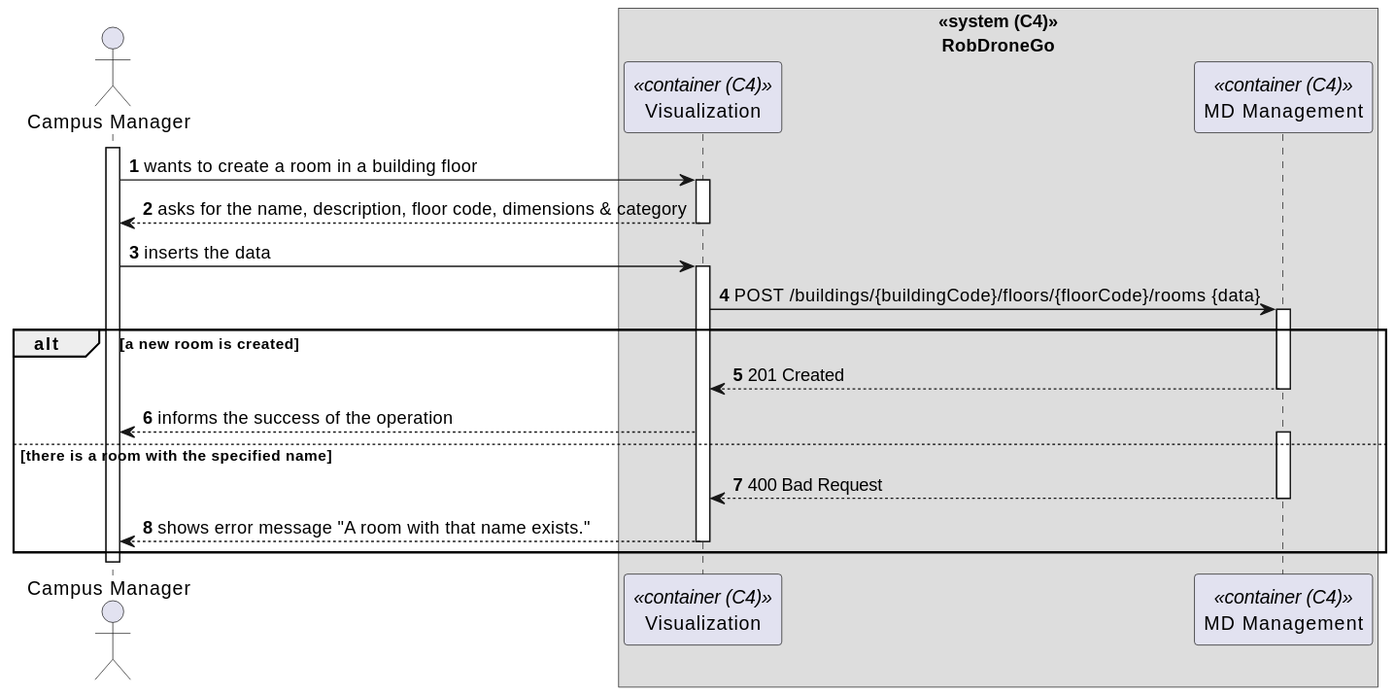
Before: _wiki/sprint-b/us48-1210/views/level-2/assets/process-view.svg, a diagram exported from PlantUML (miseEnPlace-dev/lapr5).
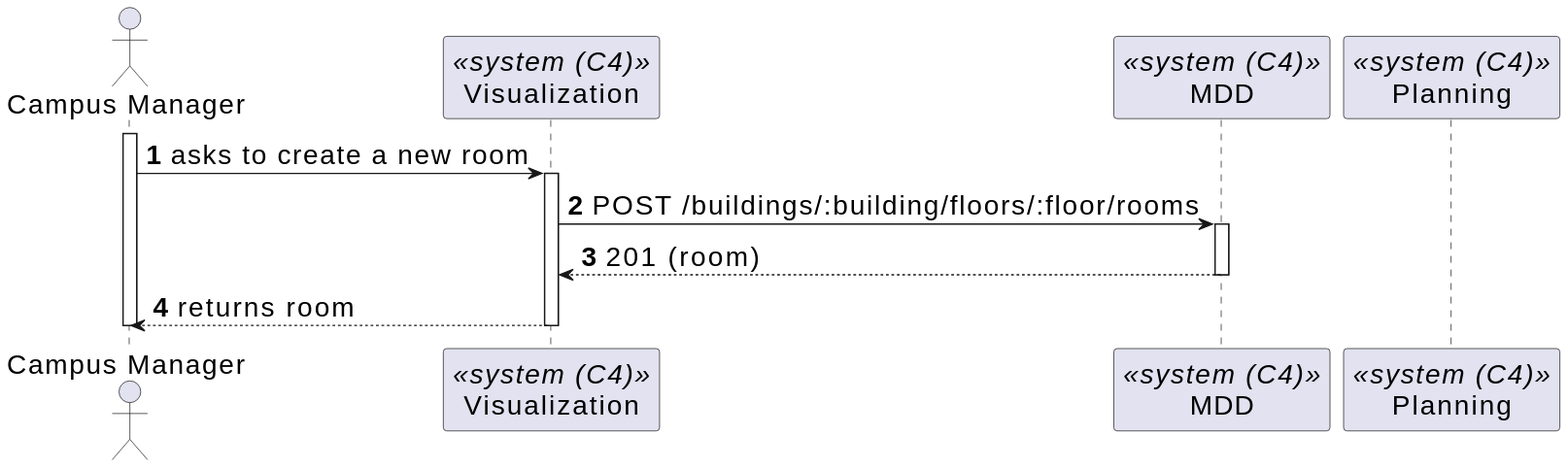
The same diagram one commit later.

Change to the diagram source:
```diff
@@ -1,42 +1,25 @@
-@startuml process-view
+@startuml
+skinparamlocked defaultFontSize 20
 autonumber
-skinparam DefaultTextAlignment<<center>> center
 
 actor CM as "Campus Manager"
+participant UI as "Visualization" <<system (C4)>>
+participant MDD as "MDD" <<system (C4)>>
+participant P as "Planning" <<system (C4)>>
 
-box "«system (C4)»\nRobDroneGo" <<center>>
-  participant UI as "Visualization" <<container (C4)>>
-  participant MD as "MD Management" <<container (C4)>>
-end box
 
 activate CM
 
-CM -> UI : wants to create a room in a building floor
+CM -> UI : asks to create a new room
 activate UI
 
-CM <-- UI : asks for the name, description, floor code, dimensions & category
+UI -> MDD : POST /buildings/:building/floors/:floor/rooms
+activate MDD
+MDD --> UI : 201 (room)
+deactivate MDD
+
+CM <-- UI : returns room
 deactivate UI
 
-CM -> UI : inserts the data
-activate UI
-
-UI -> MD : POST /buildings/{buildingCode}/floors/{floorCode}/rooms {data}
-activate MD
-
-alt a new room is created
-  UI <-- MD : 201 Created
-  deactivate MD
-
-  CM <-- UI : informs the success of the operation
-else there is a room with the specified name
-  activate MD
-  UI <-- MD : 400 Bad Request
-  deactivate MD
-
-  CM <-- UI : shows error message "A room with that name exists."
-  deactivate UI
-end
-
 deactivate CM
-
 @enduml
```
